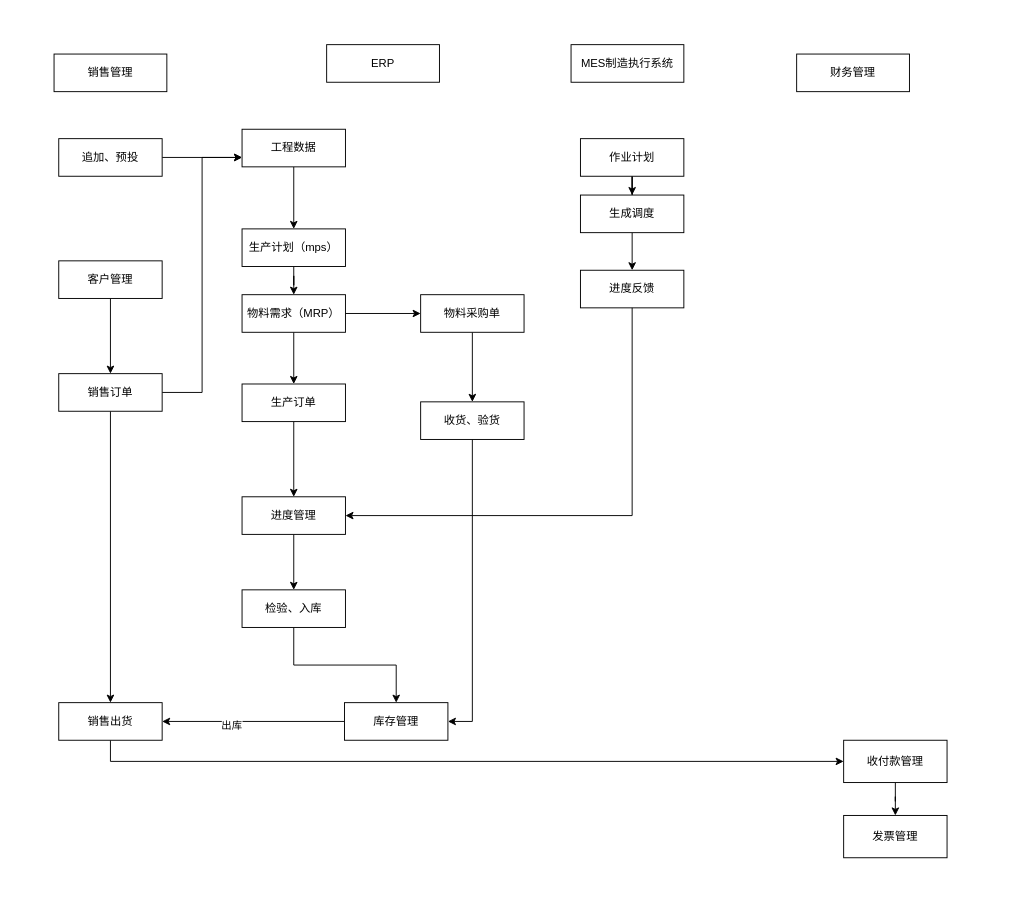
Earlier version of the draw.io diagram 未命名绘图.drawio (jtzjtz/draw-io). Source tidied: cells renumbered, new cells numbered last; positions are measured from the earlier drawing's top-left corner, leaving out a move shared by most shapes. Both pictures are drawn from the tidied source at 94%, with x=0, y=0 at pixel (54, 44).
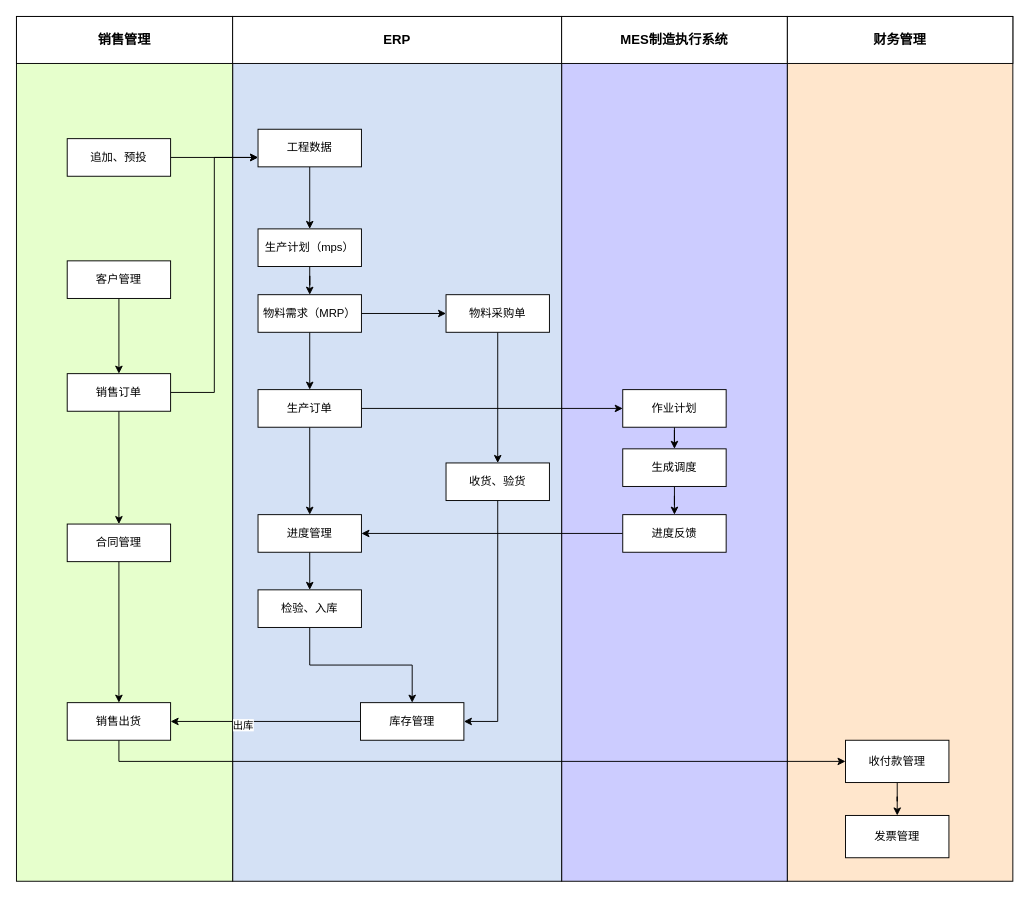
Above is the later version.

Commit message:
更新未命名绘图.drawio

The edit, as a diff of the source:
```diff
@@
+    <mxCell id="44" style="rounded=0;whiteSpace=wrap;html=1;fillColor=#FFE6CC;" parent="1" vertex="1">
+      <mxGeometry x="780" y="-30" width="240" height="920" as="geometry" />
+    </mxCell>
+    <mxCell id="45" style="rounded=0;whiteSpace=wrap;html=1;fillColor=#CCCCFF;" parent="1" vertex="1">
+      <mxGeometry x="540" y="-30" width="240" height="920" as="geometry" />
+    </mxCell>
+    <mxCell id="46" style="rounded=0;whiteSpace=wrap;html=1;fillColor=#D4E1F5;" parent="1" vertex="1">
+      <mxGeometry x="190" y="-30" width="350" height="920" as="geometry" />
+    </mxCell>
+    <mxCell id="47" style="rounded=0;whiteSpace=wrap;html=1;fillColor=#E6FFCC;" parent="1" vertex="1">
+      <mxGeometry x="-40" y="-30" width="230" height="920" as="geometry" />
+    </mxCell>
-    <mxCell id="2" value="销售管理" style="rounded=0;whiteSpace=wrap;html=1;" parent="1" vertex="1">
-      <mxGeometry y="10" width="120" height="40" as="geometry" />
+    <mxCell id="2" value="销售管理" style="rounded=0;whiteSpace=wrap;html=1;fontStyle=1;fontSize=14;" parent="1" vertex="1">
+      <mxGeometry x="-40" y="-30" width="230" height="50" as="geometry" />
     </mxCell>
-    <mxCell id="3" value="ERP" style="rounded=0;whiteSpace=wrap;html=1;" parent="1" vertex="1">
-      <mxGeometry x="290" width="120" height="40" as="geometry" />
-    </mxCell>
-    <mxCell id="4" value="MES制造执行系统" style="rounded=0;whiteSpace=wrap;html=1;" parent="1" vertex="1">
-      <mxGeometry x="550" width="120" height="40" as="geometry" />
-    </mxCell>
-    <mxCell id="5" value="财务管理" style="rounded=0;whiteSpace=wrap;html=1;" parent="1" vertex="1">
-      <mxGeometry x="790" y="10" width="120" height="40" as="geometry" />
+    <mxCell id="5" value="财务管理" style="rounded=0;whiteSpace=wrap;html=1;fontSize=14;fontStyle=1;" parent="1" vertex="1">
+      <mxGeometry x="780" y="-30" width="240" height="50" as="geometry" />
     </mxCell>
@@
     <mxCell id="7" value="追加、预投" style="rounded=0;whiteSpace=wrap;html=1;" parent="1" vertex="1">
-      <mxGeometry x="5" y="100" width="110" height="40" as="geometry" />
+      <mxGeometry x="14" y="100" width="110" height="40" as="geometry" />
     </mxCell>
@@
     <mxCell id="9" value="客户管理" style="rounded=0;whiteSpace=wrap;html=1;" parent="1" vertex="1">
-      <mxGeometry x="5" y="230" width="110" height="40" as="geometry" />
+      <mxGeometry x="14" y="230" width="110" height="40" as="geometry" />
     </mxCell>
-    <mxCell id="10" style="edgeStyle=orthogonalEdgeStyle;rounded=0;jettySize=auto;html=1;" parent="1" edge="1" source="12" target="14">
-      <mxGeometry relative="1" as="geometry" />
-    </mxCell>
@@
+    <mxCell id="48" style="edgeStyle=orthogonalEdgeStyle;rounded=0;jettySize=auto;html=1;" parent="1" edge="1" source="12" target="51">
+      <mxGeometry relative="1" as="geometry" />
+    </mxCell>
     <mxCell id="12" value="销售订单" style="rounded=0;whiteSpace=wrap;html=1;" parent="1" vertex="1">
-      <mxGeometry x="5" y="350" width="110" height="40" as="geometry" />
+      <mxGeometry x="14" y="350" width="110" height="40" as="geometry" />
     </mxCell>
@@
     <mxCell id="14" value="销售出货" style="rounded=0;whiteSpace=wrap;html=1;" parent="1" vertex="1">
-      <mxGeometry x="5" y="700" width="110" height="40" as="geometry" />
+      <mxGeometry x="14" y="700" width="110" height="40" as="geometry" />
     </mxCell>
@@
     <mxCell id="16" value="收付款管理" style="rounded=0;whiteSpace=wrap;html=1;" parent="1" vertex="1">
-      <mxGeometry x="840" y="740" width="110" height="45" as="geometry" />
+      <mxGeometry x="842" y="740" width="110" height="45" as="geometry" />
     </mxCell>
     <mxCell id="17" value="发票管理" style="rounded=0;whiteSpace=wrap;html=1;" parent="1" vertex="1">
-      <mxGeometry x="840" y="820" width="110" height="45" as="geometry" />
+      <mxGeometry x="842" y="820" width="110" height="45" as="geometry" />
     </mxCell>
@@
     <mxCell id="19" value="工程数据" style="rounded=0;whiteSpace=wrap;html=1;" parent="1" vertex="1">
-      <mxGeometry x="200" y="90" width="110" height="40" as="geometry" />
+      <mxGeometry x="217" y="90" width="110" height="40" as="geometry" />
     </mxCell>
@@
     <mxCell id="21" value="生产计划（mps）" style="rounded=0;whiteSpace=wrap;html=1;" parent="1" vertex="1">
-      <mxGeometry x="200" y="196" width="110" height="40" as="geometry" />
+      <mxGeometry x="217" y="196" width="110" height="40" as="geometry" />
     </mxCell>
@@
-    <mxCell id="23" style="edgeStyle=orthogonalEdgeStyle;rounded=0;jettySize=auto;html=1;" parent="1" edge="1" source="24" target="31">
+    <mxCell id="23" style="edgeStyle=orthogonalEdgeStyle;rounded=0;jettySize=auto;html=1;entryX=0;entryY=0.5;entryDx=0;entryDy=0;" parent="1" edge="1" source="24" target="31">
       <mxGeometry relative="1" as="geometry" />
     </mxCell>
     <mxCell id="24" value="物料需求（MRP）" style="rounded=0;whiteSpace=wrap;html=1;" parent="1" vertex="1">
-      <mxGeometry x="200" y="266" width="110" height="40" as="geometry" />
+      <mxGeometry x="217" y="266" width="110" height="40" as="geometry" />
     </mxCell>
@@
+    <mxCell id="49" style="edgeStyle=orthogonalEdgeStyle;rounded=0;jettySize=auto;html=1;" parent="1" edge="1" source="26" target="33">
+      <mxGeometry relative="1" as="geometry" />
+    </mxCell>
     <mxCell id="26" value="生产订单" style="rounded=0;whiteSpace=wrap;html=1;" parent="1" vertex="1">
-      <mxGeometry x="200" y="361" width="110" height="40" as="geometry" />
+      <mxGeometry x="217" y="367" width="110" height="40" as="geometry" />
     </mxCell>
@@
     <mxCell id="29" value="库存管理" style="rounded=0;whiteSpace=wrap;html=1;" parent="1" vertex="1">
-      <mxGeometry x="309" y="700" width="110" height="40" as="geometry" />
+      <mxGeometry x="326" y="700" width="110" height="40" as="geometry" />
     </mxCell>
@@
     <mxCell id="31" value="物料采购单" style="rounded=0;whiteSpace=wrap;html=1;" parent="1" vertex="1">
-      <mxGeometry x="390" y="266" width="110" height="40" as="geometry" />
+      <mxGeometry x="417" y="266" width="110" height="40" as="geometry" />
     </mxCell>
@@
     <mxCell id="33" value="作业计划" style="rounded=0;whiteSpace=wrap;html=1;" parent="1" vertex="1">
-      <mxGeometry x="560" y="100" width="110" height="40" as="geometry" />
+      <mxGeometry x="605" y="367" width="110" height="40" as="geometry" />
     </mxCell>
@@
     <mxCell id="35" value="生成调度" style="rounded=0;whiteSpace=wrap;html=1;" parent="1" vertex="1">
-      <mxGeometry x="560" y="160" width="110" height="40" as="geometry" />
+      <mxGeometry x="605" y="430" width="110" height="40" as="geometry" />
     </mxCell>
+    <mxCell id="41" style="edgeStyle=orthogonalEdgeStyle;rounded=0;jettySize=auto;html=1;entryX=1;entryY=0.5;entryDx=0;entryDy=0;" parent="1" edge="1" source="36" target="40">
+      <mxGeometry relative="1" as="geometry" />
+    </mxCell>
     <mxCell id="36" value="进度反馈" style="rounded=0;whiteSpace=wrap;html=1;" parent="1" vertex="1">
-      <mxGeometry x="560" y="240" width="110" height="40" as="geometry" />
+      <mxGeometry x="605" y="500" width="110" height="40" as="geometry" />
     </mxCell>
@@
     <mxCell id="38" value="收货、验货" style="rounded=0;whiteSpace=wrap;html=1;" parent="1" vertex="1">
-      <mxGeometry x="390" y="380" width="110" height="40" as="geometry" />
+      <mxGeometry x="417" y="445" width="110" height="40" as="geometry" />
     </mxCell>
@@
     <mxCell id="40" value="进度管理" style="rounded=0;whiteSpace=wrap;html=1;" parent="1" vertex="1">
-      <mxGeometry x="200" y="481" width="110" height="40" as="geometry" />
+      <mxGeometry x="217" y="500" width="110" height="40" as="geometry" />
     </mxCell>
-    <mxCell id="41" style="edgeStyle=orthogonalEdgeStyle;rounded=0;jettySize=auto;html=1;entryX=1;entryY=0.5;entryDx=0;entryDy=0;" parent="1" edge="1" source="36" target="40">
-      <mxGeometry relative="1" as="geometry">
-        <Array as="points">
-          <mxPoint x="615" y="501" />
-        </Array>
-      </mxGeometry>
-    </mxCell>
@@
     <mxCell id="43" value="检验、入库" style="rounded=0;whiteSpace=wrap;html=1;" parent="1" vertex="1">
-      <mxGeometry x="200" y="580" width="110" height="40" as="geometry" />
+      <mxGeometry x="217" y="580" width="110" height="40" as="geometry" />
     </mxCell>
+    <mxCell id="3" value="ERP" style="rounded=0;whiteSpace=wrap;html=1;fontStyle=1;fontSize=14;" parent="1" vertex="1">
+      <mxGeometry x="190" y="-30" width="350" height="50" as="geometry" />
+    </mxCell>
+    <mxCell id="4" value="&lt;font style=&quot;&quot;&gt;MES制造执行系统&lt;/font&gt;" style="rounded=0;whiteSpace=wrap;html=1;fontStyle=1;fontSize=14;" parent="1" vertex="1">
+      <mxGeometry x="540" y="-30" width="240" height="50" as="geometry" />
+    </mxCell>
+    <mxCell id="50" style="edgeStyle=orthogonalEdgeStyle;rounded=0;jettySize=auto;html=1;" parent="1" edge="1" source="51" target="14">
+      <mxGeometry relative="1" as="geometry" />
+    </mxCell>
+    <mxCell id="51" value="合同管理" style="rounded=0;whiteSpace=wrap;html=1;" parent="1" vertex="1">
+      <mxGeometry x="14" y="510" width="110" height="40" as="geometry" />
+    </mxCell>
```
